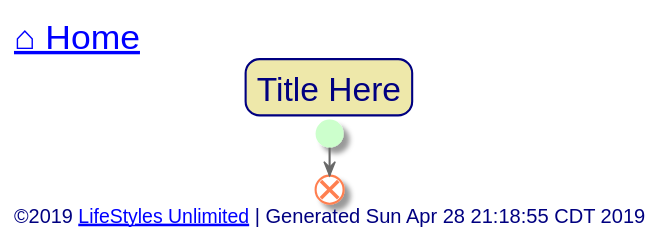
toddmo/lifestylesunlimited keeps this PlantUML diagram as out/src/common/name-here.svg. Above is the earlier version. Source of this version:
```plantuml
@startuml name-here


skinparam {
  BorderColor Red
  PathHoverColor Blue
}

skinparam Title {
  FontColor Navy
  BackgroundColor PaleGoldenRod
  BorderColor Navy
  BorderRoundCorner 20
  FontSize 24
}

skinparam activity {
  BackgroundColor Ivory
  BorderColor CornflowerBlue
  BorderThickness 1
  FontColor DimGray


  Arrow {
    Color dimgray
    FontColor dimgray
  }

  Start {
    Color PHYSICAL
  }

  End {
    Color Coral
  }

  Diamond {
    BackgroundColor Ivory
    BorderColor CornflowerBlue
    FontColor DarkGray
  }

  BackgroundColor<< Exception >> Red
	BorderColor<< Exception >> White
}

skinparam Swimlane {
  BorderColor CornflowerBlue
}

skinparam Partition {
  BackgroundColor Ivory
  BorderColor CornflowerBlue
  BorderThickness 1
  FontColor CornflowerBlue
  FontSize 16
  BorderRoundCorner 20
}

skinparam Note {
  BackgroundColor LightSteelBlue
  BorderColor CornflowerBlue
  FontColor White
}

skinparam Legend {
  BackgroundColor LightSteelBlue
  BorderColor CornflowerBlue
  FontColor White
}

skinparam Footer {
  FontColor Navy
}


left header
	<font color=Navy size=24>[[../index.svg?sanitize=true ⌂ Home]]</font>
endheader


	Title Title Here

	start

	end


left footer
	<font size=14>©2019 [[http://www.lifestylesunlimited.com LifeStyles Unlimited]] | Generated Sun Apr 28 21:18:55 CDT 2019</font>
endfooter


@enduml
```
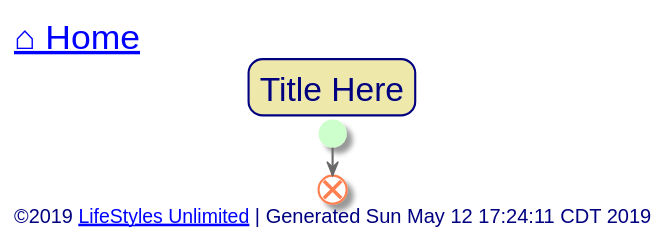
The same file after the commit.

Diff of the diagram source:
```diff
@@ -87,7 +87,7 @@
 
 
 left footer
-	<font size=14>©2019 [[http://www.lifestylesunlimited.com LifeStyles Unlimited]] | Generated Sun Apr 28 21:18:55 CDT 2019</font>
+	<font size=14>©2019 [[http://www.lifestylesunlimited.com LifeStyles Unlimited]] | Generated Sun May 12 17:24:11 CDT 2019</font>
 endfooter
 
 
```
